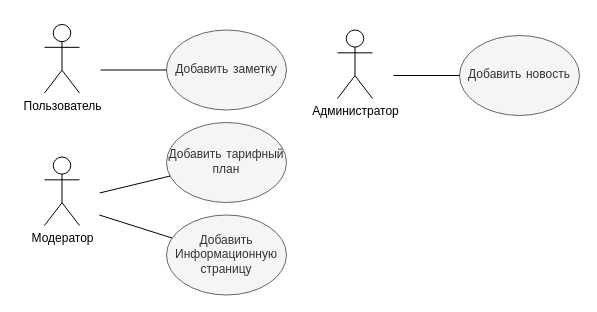
The draw.io diagram Design_of_Software_Systems/Lab_Limenitiz/lab2/use-case (part).drawio in Lichuhah/SUAI_5sem, before the edit. Source tidied: cells renumbered, new cells numbered last; positions are measured from the earlier drawing's top-left corner, leaving out a move shared by most shapes. Both pictures are drawn from the tidied source at 100%, with x=0, y=0 at pixel (17, 17).
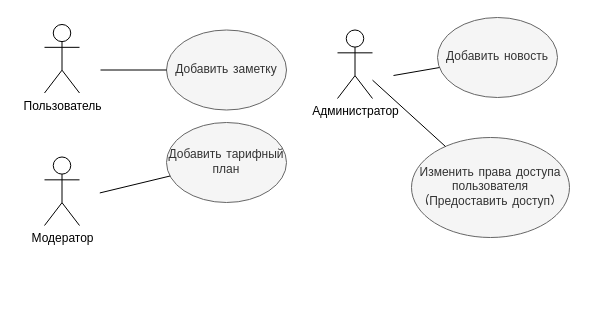
The same page after the edit.

The edit, as a diff of the source:
```diff
@@
 <mxGraphModel>
   <root>
     <mxCell id="0" />
     <mxCell id="1" parent="0" />
     <mxCell id="2" value="Добавить заметку" style="ellipse;html=1;fontFamily=Comic Sans MS;verticalAlign=middle;whiteSpace=wrap;labelBorderColor=none;labelBackgroundColor=none;fontStyle=0;strokeColor=#666666;fontColor=#333333;fillColor=#F5F5F5;" parent="1" vertex="1">
       <mxGeometry x="149" y="12.5" width="120" height="80" as="geometry" />
     </mxCell>
     <mxCell id="3" style="endArrow=none;html=1;strokeWidth=1;fontFamily=Comic Sans MS;endFill=0;endSize=13;labelBackgroundColor=#ffffff;" parent="1" edge="1" source="12" target="2">
       <mxGeometry relative="1" as="geometry" />
     </mxCell>
     <mxCell id="4" value="Добавить тарифный план" style="ellipse;html=1;fontFamily=Comic Sans MS;verticalAlign=middle;whiteSpace=wrap;labelBorderColor=none;labelBackgroundColor=none;fontStyle=0;strokeColor=#666666;fontColor=#333333;fillColor=#F5F5F5;" parent="1" vertex="1">
       <mxGeometry x="149" y="105" width="120" height="80" as="geometry" />
     </mxCell>
     <mxCell id="5" style="endArrow=none;html=1;strokeWidth=1;fontFamily=Comic Sans MS;endFill=0;endSize=13;labelBackgroundColor=#ffffff;" parent="1" edge="1" source="9" target="4">
       <mxGeometry relative="1" as="geometry" />
     </mxCell>
-    <mxCell id="6" value="Добавить Информационную страницу" style="ellipse;html=1;fontFamily=Comic Sans MS;verticalAlign=middle;whiteSpace=wrap;labelBorderColor=none;labelBackgroundColor=none;fontStyle=0;strokeColor=#666666;fontColor=#333333;fillColor=#F5F5F5;" parent="1" vertex="1">
-      <mxGeometry x="149" y="197.5" width="120" height="80" as="geometry" />
+    <mxCell id="6" value="Изменить права доступа пользователя (Предоставить доступ)" style="ellipse;html=1;fontFamily=Comic Sans MS;verticalAlign=middle;whiteSpace=wrap;labelBorderColor=none;labelBackgroundColor=none;fontStyle=0;strokeColor=#666666;fontColor=#333333;fillColor=#F5F5F5;" parent="1" vertex="1">
+      <mxGeometry x="394" y="120" width="158" height="100" as="geometry" />
     </mxCell>
-    <mxCell id="7" style="endArrow=none;html=1;strokeWidth=1;fontFamily=Comic Sans MS;endFill=0;endSize=13;labelBackgroundColor=#ffffff;" parent="1" edge="1" source="9" target="6">
+    <mxCell id="7" style="endArrow=none;html=1;strokeWidth=1;fontFamily=Comic Sans MS;endFill=0;endSize=13;labelBackgroundColor=#ffffff;" parent="1" edge="1" source="14" target="6">
       <mxGeometry relative="1" as="geometry" />
     </mxCell>
     <mxCell id="8" style="group;" parent="1" vertex="1">
       <mxGeometry y="132.5" width="83" height="105" as="geometry" />
     </mxCell>
     <mxCell id="9" style="ellipse;whiteSpace=wrap;html=1;shadow=0;labelBackgroundColor=none;fontColor=none;fillColor=none;fontFamily=Comic Sans MS;strokeColor=none;" parent="8" vertex="1">
       <mxGeometry width="83" height="105" as="geometry" />
     </mxCell>
     <mxCell id="10" value="Модератор" style="shape=umlActor;verticalLabelPosition=bottom;verticalAlign=top;html=1;shadow=0;labelBackgroundColor=none;fontColor=none;fillColor=none;fontFamily=Comic Sans MS;" parent="8" vertex="1">
       <mxGeometry x="27" y="7" width="35" height="68.5" as="geometry" />
     </mxCell>
     <mxCell id="11" style="group;" parent="1" vertex="1">
       <mxGeometry width="83" height="105" as="geometry" />
     </mxCell>
     <mxCell id="12" style="ellipse;whiteSpace=wrap;html=1;shadow=0;labelBackgroundColor=none;fontColor=none;fillColor=none;fontFamily=Comic Sans MS;strokeColor=none;" parent="11" vertex="1">
       <mxGeometry width="83" height="105" as="geometry" />
     </mxCell>
     <mxCell id="13" value="Пользователь" style="shape=umlActor;verticalLabelPosition=bottom;verticalAlign=top;html=1;shadow=0;labelBackgroundColor=none;fontColor=none;fillColor=none;fontFamily=Comic Sans MS;" parent="11" vertex="1">
       <mxGeometry x="27" y="7" width="35" height="68.5" as="geometry" />
     </mxCell>
     <mxCell id="14" value="Администратор" style="shape=umlActor;verticalLabelPosition=bottom;verticalAlign=top;html=1;outlineConnect=0;shadow=0;labelBackgroundColor=none;fontColor=none;fillColor=none;fontFamily=Comic Sans MS;" parent="11" vertex="1">
       <mxGeometry x="320" y="12.5" width="35" height="68.5" as="geometry" />
     </mxCell>
     <mxCell id="15" value="Добавить новость" style="ellipse;html=1;fontFamily=Comic Sans MS;verticalAlign=middle;whiteSpace=wrap;labelBorderColor=none;labelBackgroundColor=none;fontStyle=0;strokeColor=#666666;fontColor=#333333;fillColor=#F5F5F5;" parent="1" vertex="1">
-      <mxGeometry x="442" y="18" width="120" height="80" as="geometry" />
+      <mxGeometry x="420" width="120" height="80" as="geometry" />
     </mxCell>
     <mxCell id="16" style="endArrow=none;html=1;strokeWidth=1;fontFamily=Comic Sans MS;endFill=0;endSize=13;labelBackgroundColor=#ffffff;" parent="1" edge="1" target="15">
       <mxGeometry relative="1" as="geometry">
         <mxPoint x="376" y="58" as="sourcePoint" />
       </mxGeometry>
     </mxCell>
   </root>
 </mxGraphModel>
```
